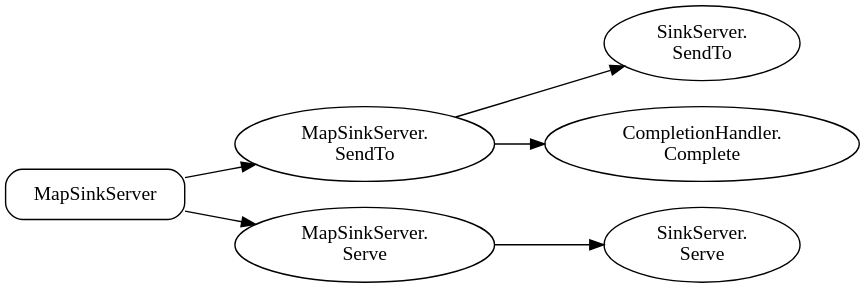
xtuml/otel2pv keeps this PlantUML diagram as docs/design_notes/DN1_JSON_Extractor/MapSinkServer_callgraph.svg. Above is the earlier version. Its source is kept beside it as docs/design_notes/DN1_JSON_Extractor/MapSinkServer_callgraph.puml. Source of this version:
```plantuml
@startuml
digraph G {
    rankdir=LR
    node [style=rounded];
    MapSinkServer [style=rounded, shape=box];
    MapSinkServer -> "MapSinkServer.\nSendTo";
    "MapSinkServer.\nSendTo" -> "SinkServer.\nSendTo";
    "MapSinkServer.\nSendTo" -> "CompletionHandler.\nComplete";
    MapSinkServer -> "MapSinkServer.\nServe";
    "MapSinkServer.\nServe" -> "SinkServer.\nServe";
}
@enduml
```
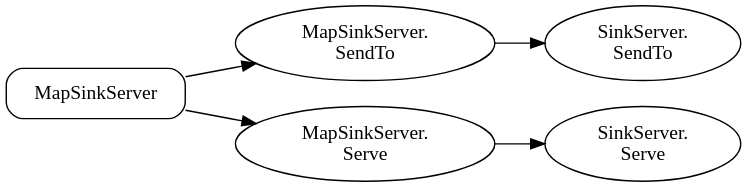
Later version of the same file.

Change to the diagram source:
```diff
@@ -5,7 +5,6 @@
     MapSinkServer [style=rounded, shape=box];
     MapSinkServer -> "MapSinkServer.\nSendTo";
     "MapSinkServer.\nSendTo" -> "SinkServer.\nSendTo";
-    "MapSinkServer.\nSendTo" -> "CompletionHandler.\nComplete";
     MapSinkServer -> "MapSinkServer.\nServe";
     "MapSinkServer.\nServe" -> "SinkServer.\nServe";
 }
```
